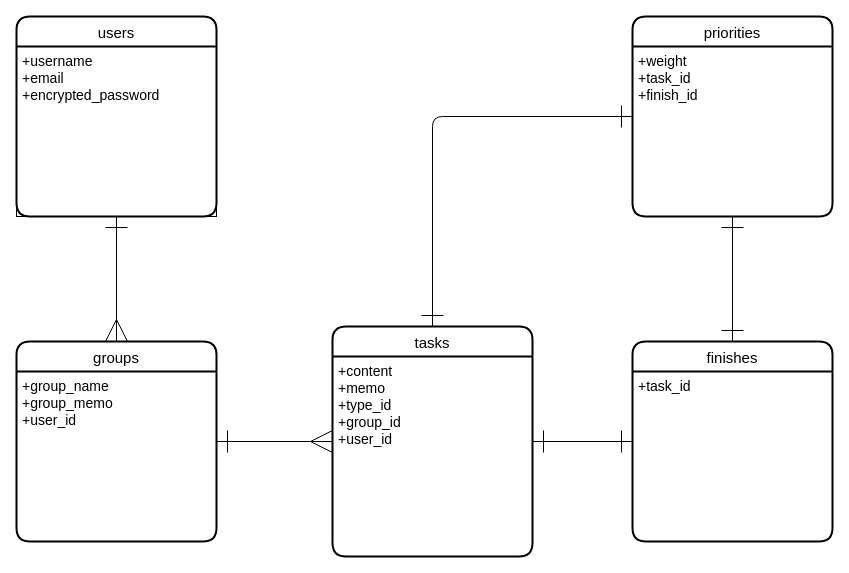
Before: config/datebase.dio in ito-mirai/someday, a draw.io diagram. Source tidied: cells renumbered, new cells numbered last; positions are measured from the earlier drawing's top-left corner, leaving out a move shared by most shapes. Both pictures are drawn from the tidied source at 100%, with x=0, y=0 at pixel (16, 16).
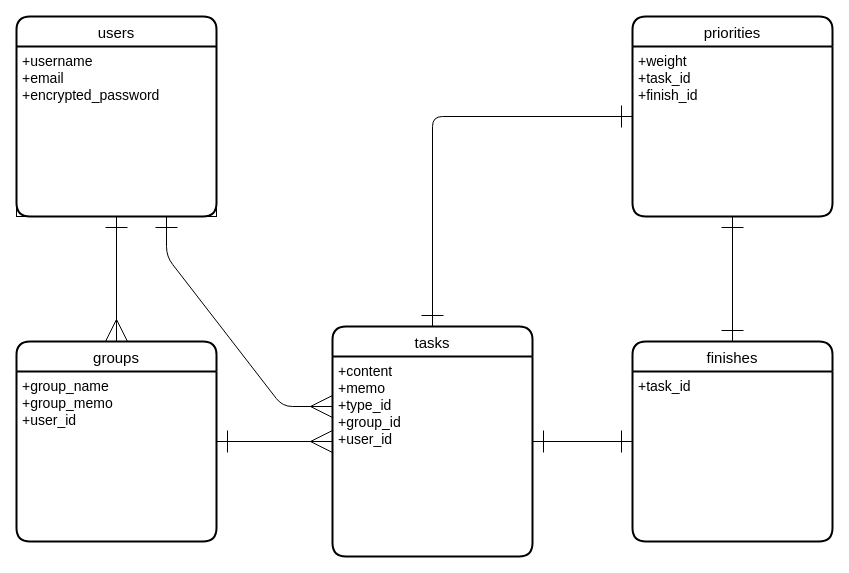
The same diagram, later.

The change refers to these unchanged cells:
```xml
<mxCell id="3" value="+username&#10;+email&#10;+encrypted_password" style="align=left;spacingLeft=4;fontSize=14;verticalAlign=top;fillColor=none;" parent="2" vertex="1">
  <mxGeometry y="30" width="200" height="170" as="geometry" />
</mxCell>
<mxCell id="7" value="+content&#10;+memo&#10;+type_id&#10;+group_id&#10;+user_id" style="align=left;strokeColor=none;fillColor=none;spacingLeft=4;fontSize=14;verticalAlign=top;" parent="6" vertex="1">
  <mxGeometry y="30" width="200" height="200" as="geometry" />
</mxCell>
```

Diff of the diagram source:
```diff
@@
+    <mxCell id="17" style="edgeStyle=none;html=1;exitX=0.75;exitY=1;exitDx=0;exitDy=0;entryX=0;entryY=0.25;entryDx=0;entryDy=0;endArrow=ERmany;endFill=0;endSize=20;startSize=20;startArrow=ERone;startFill=0;" parent="1" edge="1" source="3" target="7">
+      <mxGeometry relative="1" as="geometry">
+        <Array as="points">
+          <mxPoint x="150" y="240" />
+          <mxPoint x="266" y="390" />
+        </Array>
+      </mxGeometry>
+    </mxCell>
```
